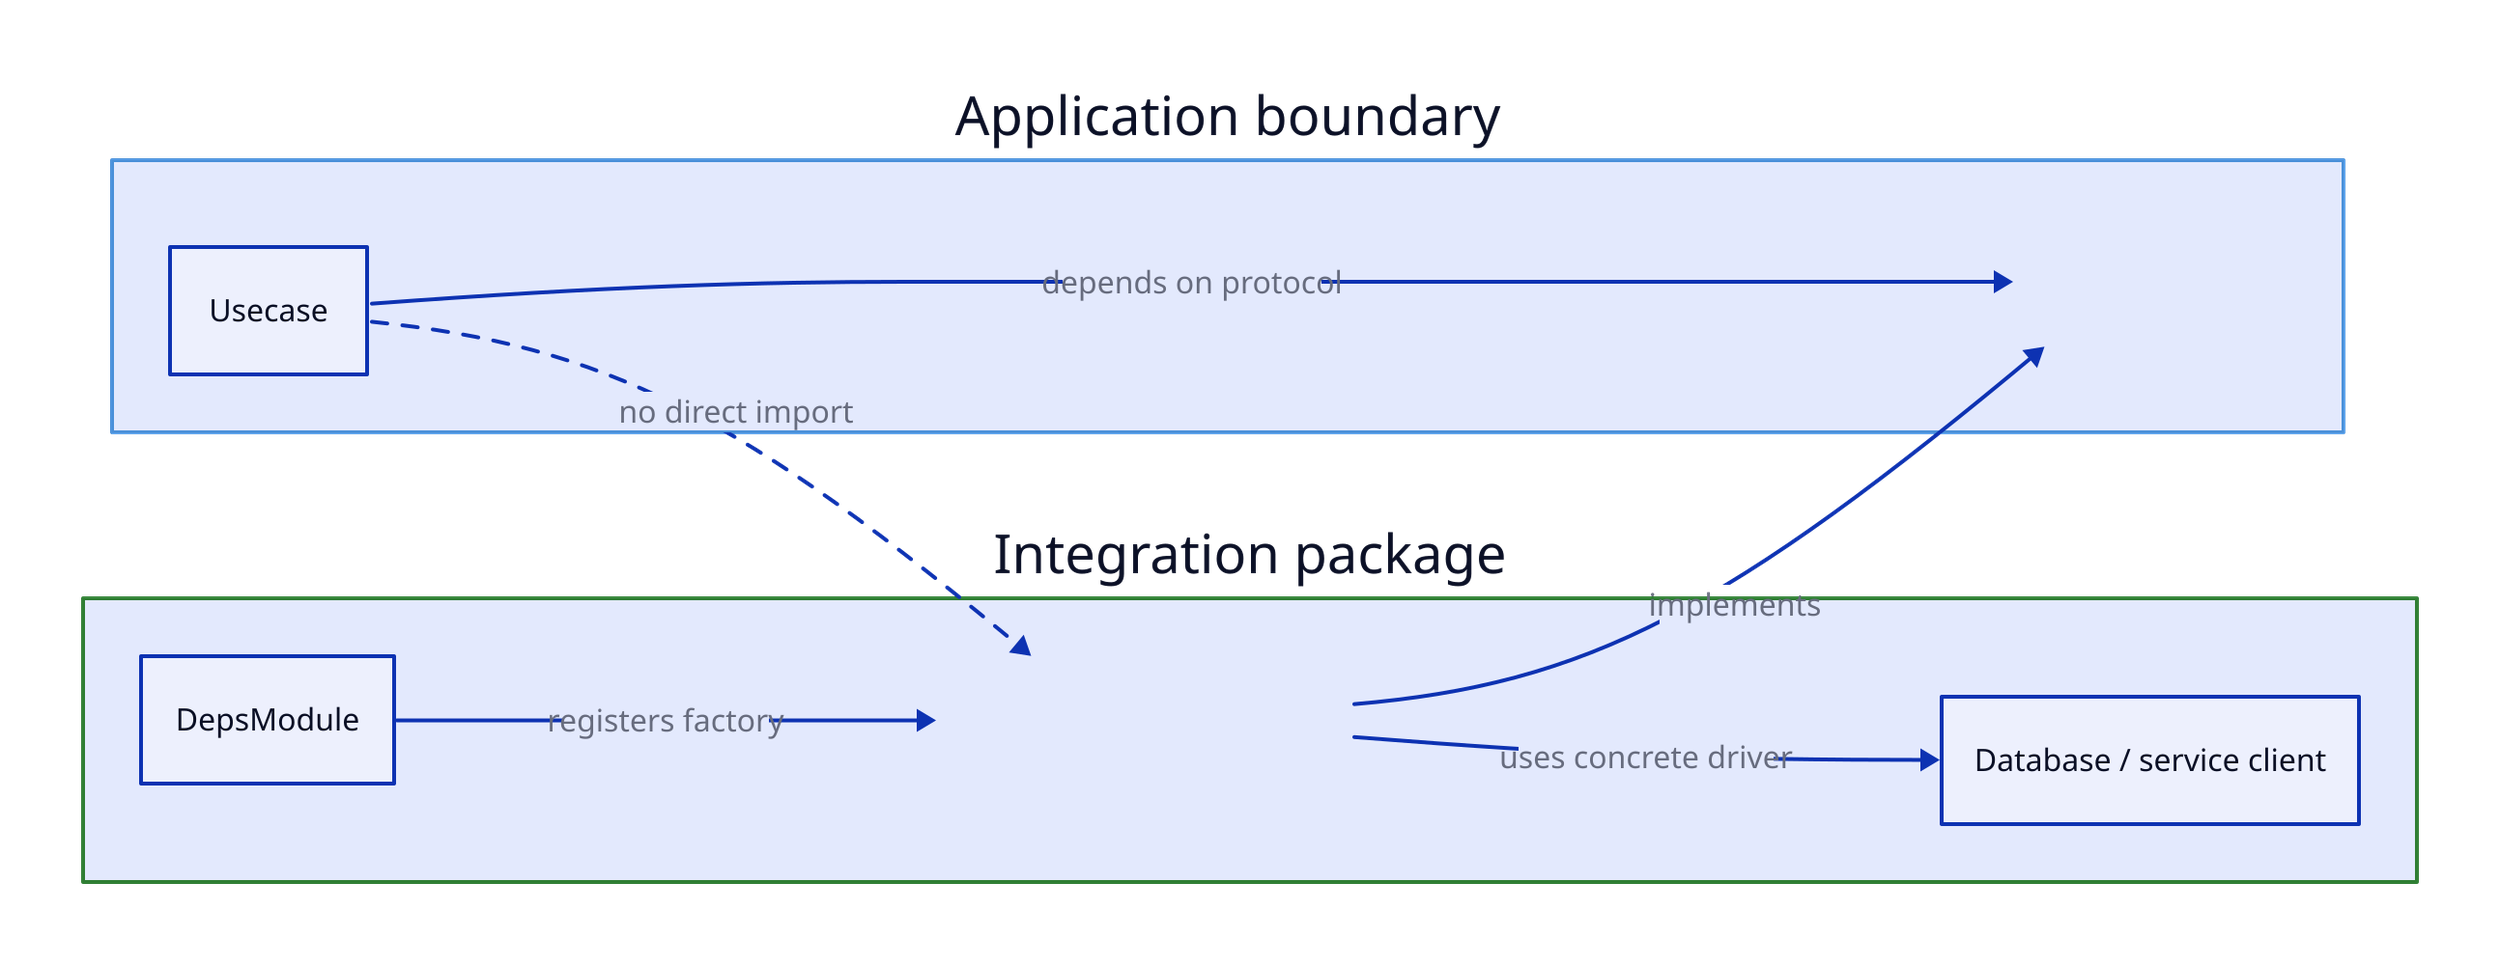
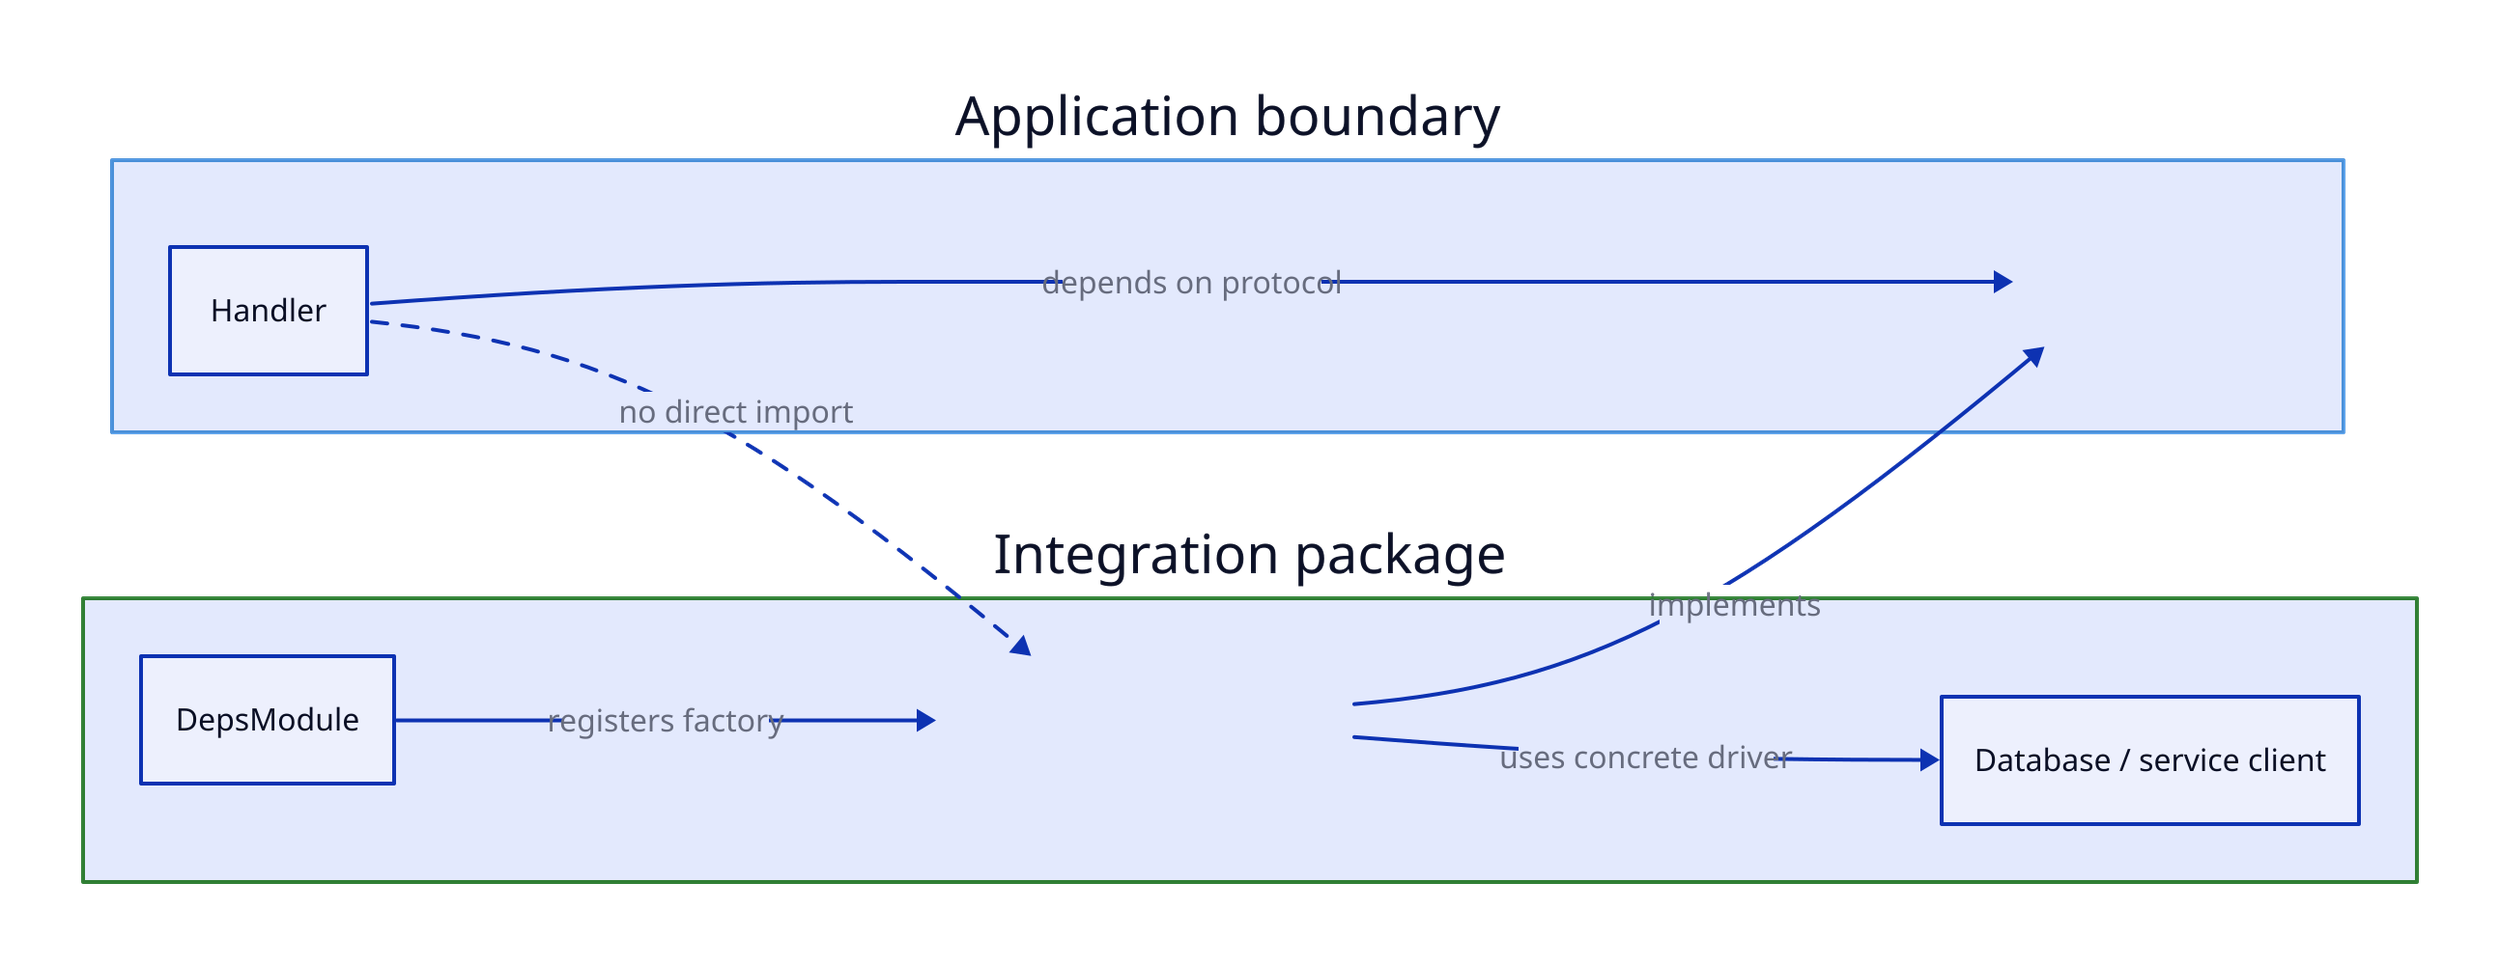
style: {
    fill: transparent
}

vars: {
    d2-config: {
        pad: 42
    }
}

direction: right

Application: {
    shape: rectangle
    style: {
        stroke: "#4a90d9"
    }
    label: Application boundary

-     Usecase: Usecase
+     Handler: Handler
    Contract: |md
        ### Contract / port
        DocumentQueryPort
    |
}

AdapterPackage: {
    shape: rectangle
    style: {
        stroke: "#2e7d32"
    }
    label: Integration package

    Module: DepsModule
    Adapter: |md
        ### Adapter implementation
        PostgresDocumentAdapter
    |
    Client: Database / service client
}

- Application.Usecase -> Application.Contract: depends on protocol
+ Application.Handler -> Application.Contract: depends on protocol
AdapterPackage.Adapter -> Application.Contract: implements
AdapterPackage.Module -> AdapterPackage.Adapter: registers factory
AdapterPackage.Adapter -> AdapterPackage.Client: uses concrete driver
- Application.Usecase -> AdapterPackage.Adapter: no direct import {
+ Application.Handler -> AdapterPackage.Adapter: no direct import {
    style.stroke-dash: 4
}
